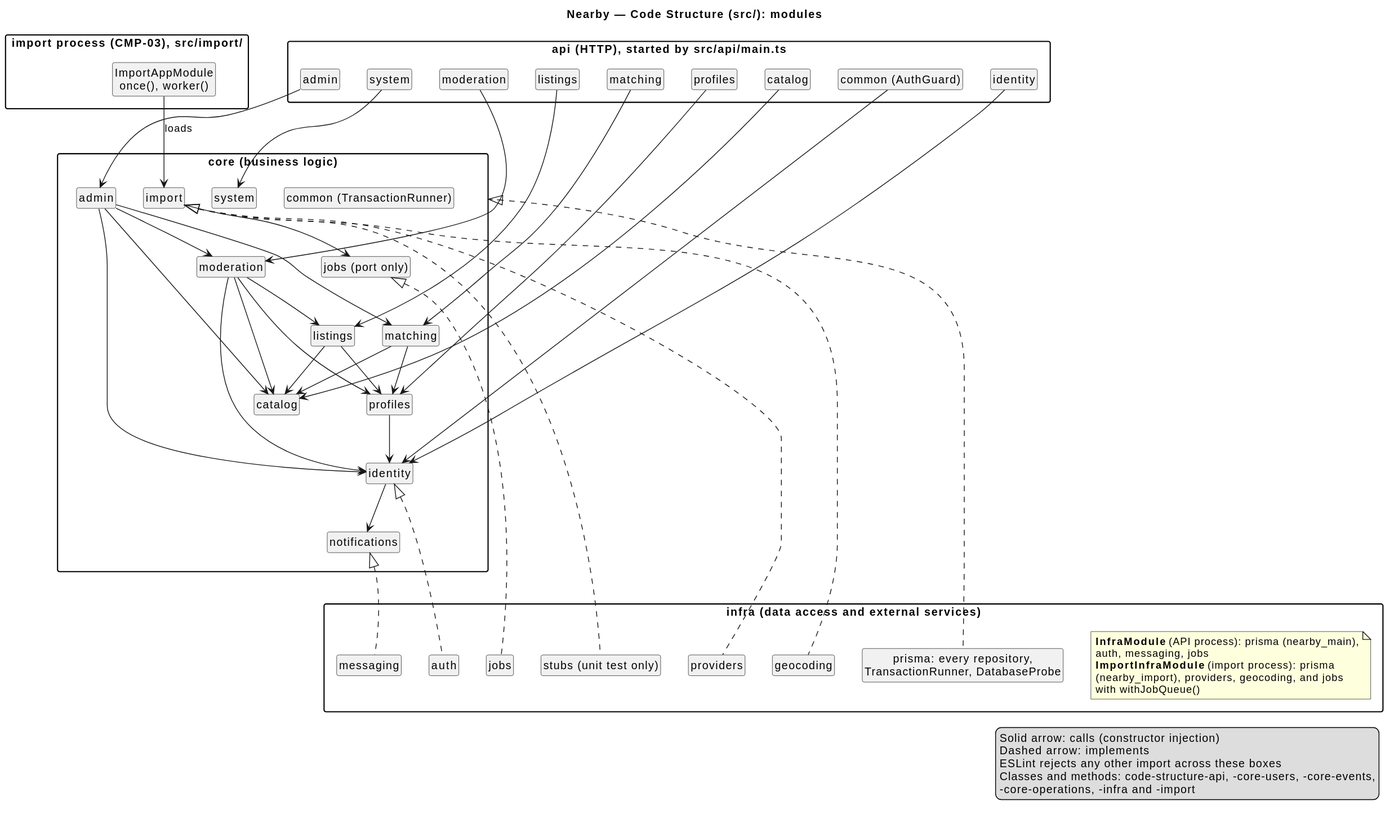
Before: docs/architecture/uml/rendered/code-structure.svg, a diagram exported from PlantUML (ukma-fin-ssdm-2026/pun-intended-team).
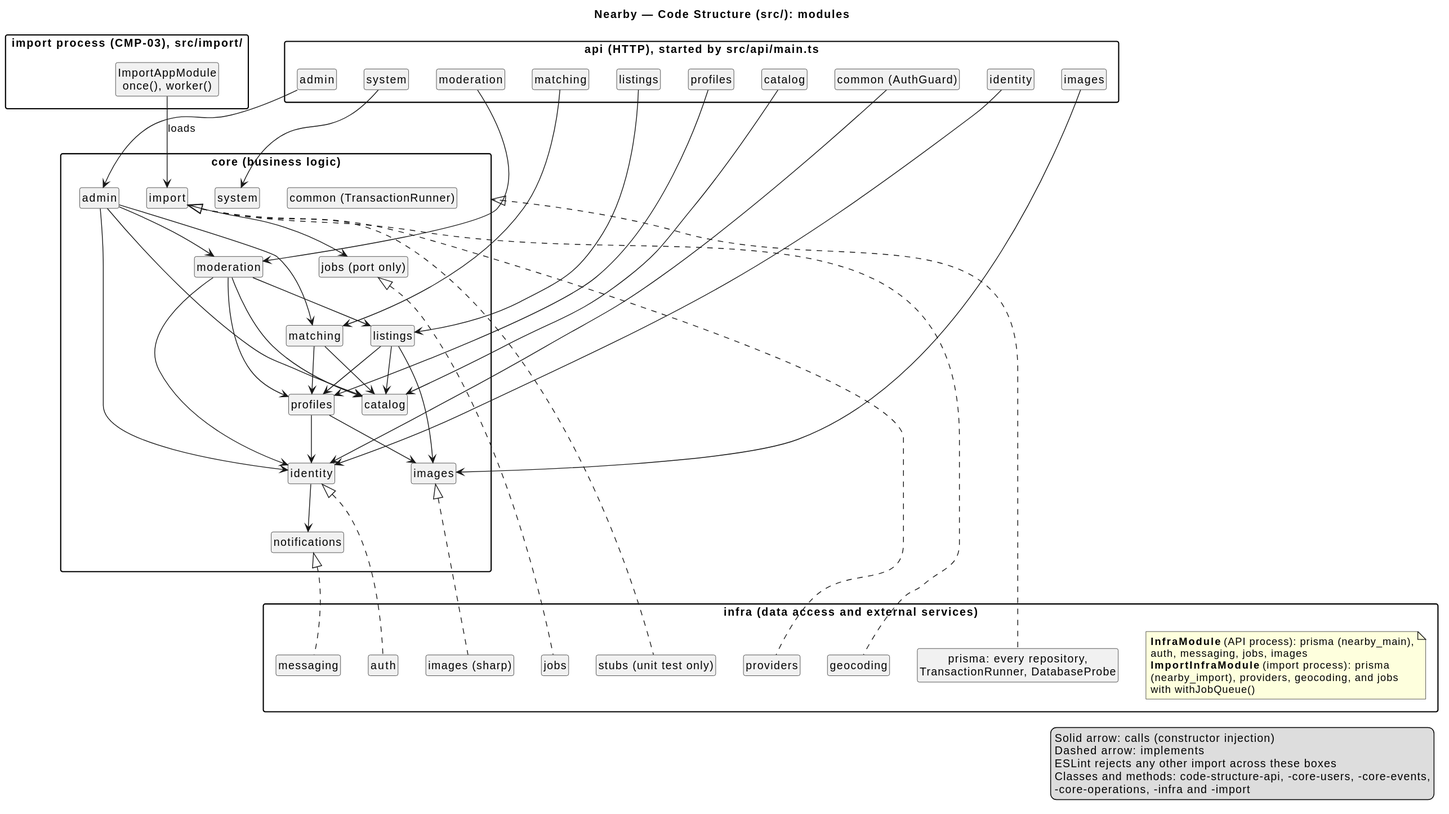
The same diagram one commit later.

What changed in the source:
```diff
@@ -13,6 +13,7 @@
   class "profiles" as A_PR
   class "catalog" as A_CA
   class "listings" as A_LI
+  class "images" as A_IMG
   class "matching" as A_MA
   class "moderation" as A_MO
   class "admin" as A_AD
@@ -28,6 +29,7 @@
   class "catalog" as C_CA
   class "identity" as C_ID
   class "notifications" as C_NO
+  class "images" as C_IMG
   class "system" as C_SY
   class "import" as C_IM
   class "jobs (port only)" as C_JO
@@ -41,10 +43,11 @@
   class "jobs" as I_JOBS
   class "providers" as I_PROV
   class "geocoding" as I_GEO
+  class "images (sharp)" as I_IMG
   class "stubs (unit test only)" as I_STUBS
   note as BINDINGS
     **InfraModule** (API process): prisma (nearby_main),
-    auth, messaging, jobs
+    auth, messaging, jobs, images
     **ImportInfraModule** (import process): prisma
     (nearby_import), providers, geocoding, and jobs
     with withJobQueue()
@@ -60,6 +63,7 @@
 A_PR --> C_PR
 A_CA --> C_CA
 A_LI --> C_LI
+A_IMG --> C_IMG
 A_MA --> C_MA
 A_MO --> C_MO
 A_AD --> C_AD
@@ -80,6 +84,8 @@
 C_LI --> C_CA
 C_LI --> C_PR
 C_PR --> C_ID
+C_PR --> C_IMG
+C_LI --> C_IMG
 C_ID --> C_NO
 C_IM --> C_JO
 
@@ -88,6 +94,7 @@
 CORE <|.. I_PRISMA
 C_ID <|.. I_AUTH
 C_NO <|.. I_MSG
+C_IMG <|.. I_IMG
 C_JO <|.. I_JOBS
 C_IM <|.. I_PROV
 C_IM <|.. I_GEO
```
